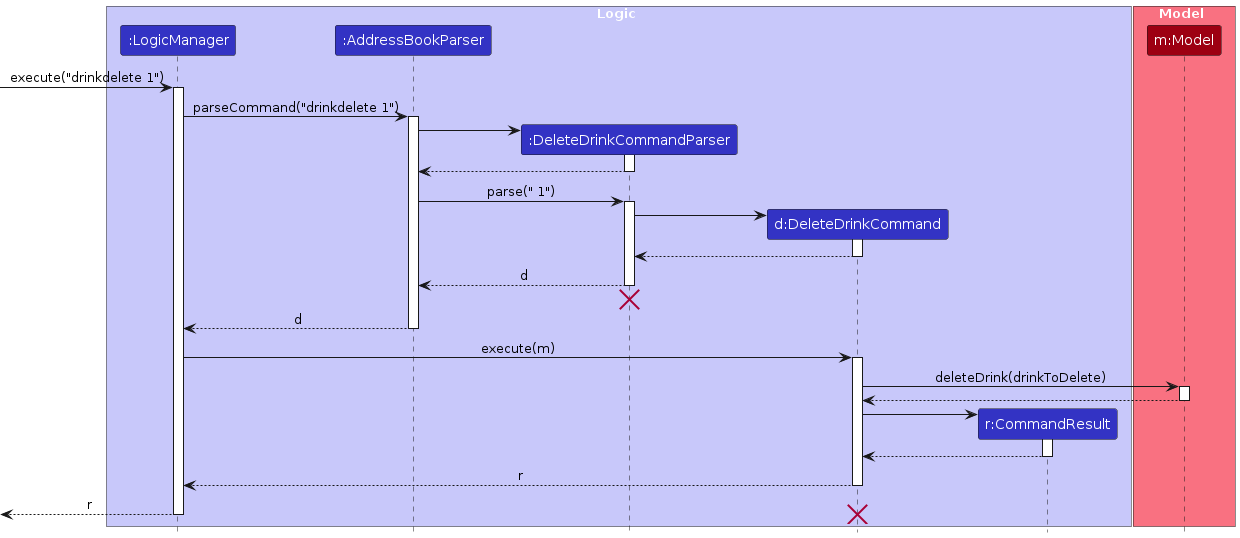
Above: diagrams/DeleteDrinkSequenceDiagram.png in loyaltypollution/tp (PlantUML), before the change. Its source is kept beside it as diagrams/DeleteDrinkSequenceDiagram.puml.
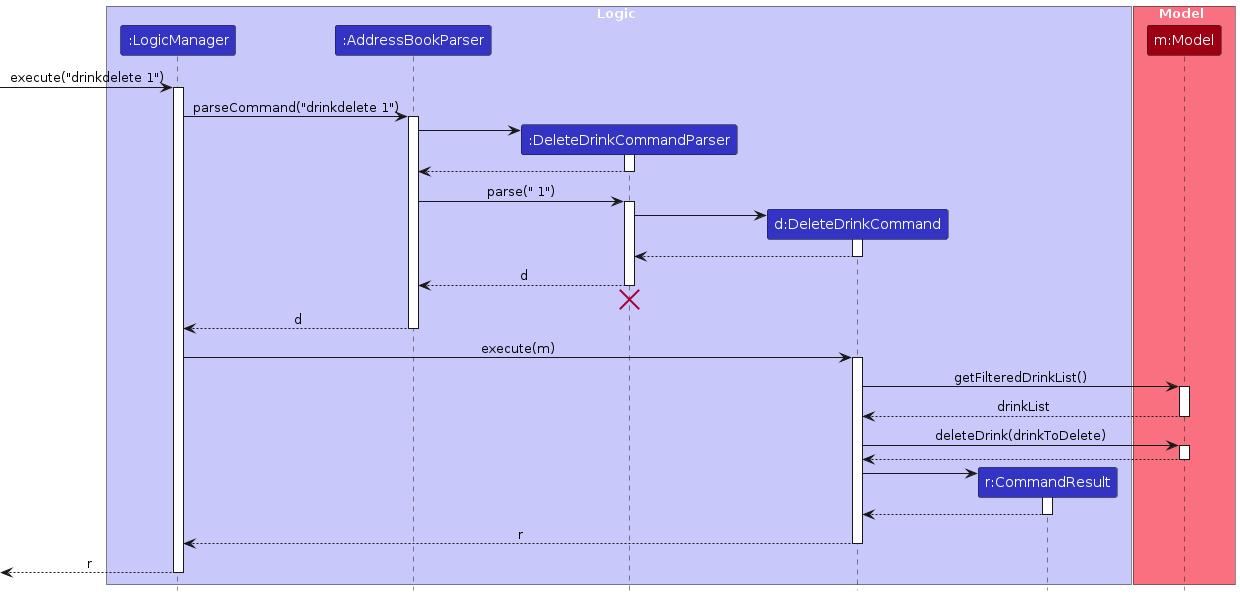
Above is the later version.

Change to the diagram source:
```diff
@@ -48,6 +48,11 @@
 LogicManager -> DeleteDrinkCommand : execute(m)
 activate DeleteDrinkCommand
 
+DeleteDrinkCommand -> Model : getFilteredDrinkList()
+activate Model
+Model --> DeleteDrinkCommand : drinkList
+deactivate Model
+
 DeleteDrinkCommand -> Model : deleteDrink(drinkToDelete)
 activate Model
 Model --> DeleteDrinkCommand
@@ -66,5 +71,4 @@
 [<--LogicManager : r
 deactivate LogicManager
 
-destroy DeleteDrinkCommand
 @enduml
```
